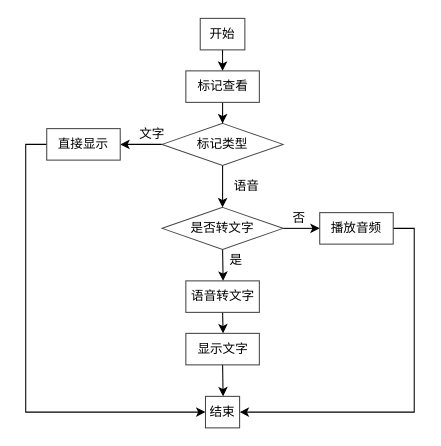
Earlier version of the draw.io diagram page "第 4 页" (4 of 5) of 影像快速标记.drawio (fengli-git/storehouse). Source tidied: cells renumbered, new cells numbered last; positions are measured from the earlier drawing's top-left corner, leaving out a move shared by most shapes. Both pictures are drawn from the tidied source at 105%, with x=0, y=0 at pixel (46, 18).
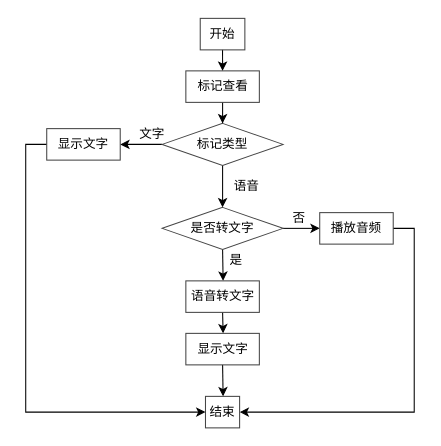
The same page after the edit.

What changed in the source:
```diff
@@
-    <mxCell id="24" value="直接显示" style="rounded=0;whiteSpace=wrap;html=1;strokeColor=#454545;strokeWidth=1;fillColor=none;" parent="1" vertex="1">
+    <mxCell id="24" value="显示文字" style="rounded=0;whiteSpace=wrap;html=1;strokeColor=#454545;strokeWidth=1;fillColor=none;" parent="1" vertex="1">
       <mxGeometry y="105" width="70" height="30" as="geometry" />
     </mxCell>
```
